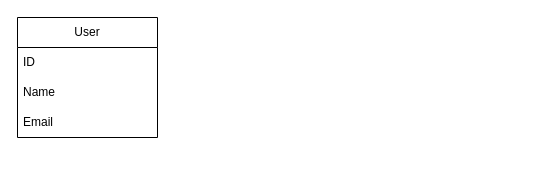
Above: FSWBarber.drawio in RobAb2023/FSW_Barber (draw.io), before the change. Source tidied: cells renumbered, new cells numbered last; positions are measured from the earlier drawing's top-left corner, leaving out a move shared by most shapes. Both pictures are drawn from the tidied source at 100%, with x=0, y=0 at pixel (17, 17).
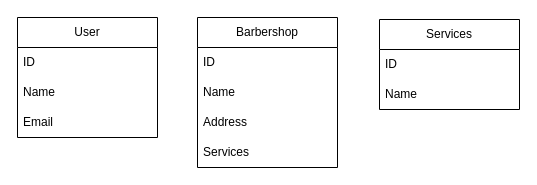
Above is the later version.

Change to the diagram source:
```diff
@@
 <mxGraphModel>
   <root>
     <mxCell id="0" />
     <mxCell id="1" parent="0" />
     <mxCell id="2" value="User" style="swimlane;fontStyle=0;horizontal=1;startSize=30;whiteSpace=wrap;html=1;" parent="1" vertex="1">
       <mxGeometry width="140" height="120" as="geometry" />
     </mxCell>
     <mxCell id="3" value="ID" style="text;strokeColor=none;fillColor=none;align=left;verticalAlign=middle;spacingLeft=4;spacingRight=4;overflow=hidden;whiteSpace=wrap;html=1;" parent="2" vertex="1">
       <mxGeometry y="30" width="140" height="30" as="geometry" />
     </mxCell>
     <mxCell id="4" value="Name" style="text;strokeColor=none;fillColor=none;align=left;verticalAlign=middle;spacingLeft=4;spacingRight=4;overflow=hidden;whiteSpace=wrap;html=1;" parent="2" vertex="1">
       <mxGeometry y="60" width="140" height="30" as="geometry" />
     </mxCell>
     <mxCell id="5" value="Email" style="text;strokeColor=none;fillColor=none;align=left;verticalAlign=middle;spacingLeft=4;spacingRight=4;overflow=hidden;whiteSpace=wrap;html=1;" parent="2" vertex="1">
       <mxGeometry y="90" width="140" height="30" as="geometry" />
     </mxCell>
+    <mxCell id="6" value="Barbershop" style="swimlane;fontStyle=0;horizontal=1;startSize=30;whiteSpace=wrap;html=1;" parent="1" vertex="1">
+      <mxGeometry x="180" width="140" height="150" as="geometry" />
+    </mxCell>
+    <mxCell id="7" value="ID" style="text;strokeColor=none;fillColor=none;align=left;verticalAlign=middle;spacingLeft=4;spacingRight=4;overflow=hidden;whiteSpace=wrap;html=1;" parent="6" vertex="1">
+      <mxGeometry y="30" width="140" height="30" as="geometry" />
+    </mxCell>
+    <mxCell id="8" value="Name" style="text;strokeColor=none;fillColor=none;align=left;verticalAlign=middle;spacingLeft=4;spacingRight=4;overflow=hidden;whiteSpace=wrap;html=1;" parent="6" vertex="1">
+      <mxGeometry y="60" width="140" height="30" as="geometry" />
+    </mxCell>
+    <mxCell id="9" value="Address" style="text;strokeColor=none;fillColor=none;align=left;verticalAlign=middle;spacingLeft=4;spacingRight=4;overflow=hidden;whiteSpace=wrap;html=1;" parent="6" vertex="1">
+      <mxGeometry y="90" width="140" height="30" as="geometry" />
+    </mxCell>
+    <mxCell id="10" value="Services" style="text;strokeColor=none;fillColor=none;align=left;verticalAlign=middle;spacingLeft=4;spacingRight=4;overflow=hidden;whiteSpace=wrap;html=1;" parent="6" vertex="1">
+      <mxGeometry y="120" width="140" height="30" as="geometry" />
+    </mxCell>
+    <mxCell id="11" value="Services" style="swimlane;fontStyle=0;horizontal=1;startSize=30;whiteSpace=wrap;html=1;" parent="1" vertex="1">
+      <mxGeometry x="362" y="2" width="140" height="90" as="geometry" />
+    </mxCell>
+    <mxCell id="12" value="ID" style="text;strokeColor=none;fillColor=none;align=left;verticalAlign=middle;spacingLeft=4;spacingRight=4;overflow=hidden;whiteSpace=wrap;html=1;" parent="11" vertex="1">
+      <mxGeometry y="30" width="140" height="30" as="geometry" />
+    </mxCell>
+    <mxCell id="13" value="Name" style="text;strokeColor=none;fillColor=none;align=left;verticalAlign=middle;spacingLeft=4;spacingRight=4;overflow=hidden;whiteSpace=wrap;html=1;" parent="11" vertex="1">
+      <mxGeometry y="60" width="140" height="30" as="geometry" />
+    </mxCell>
   </root>
 </mxGraphModel>
```
